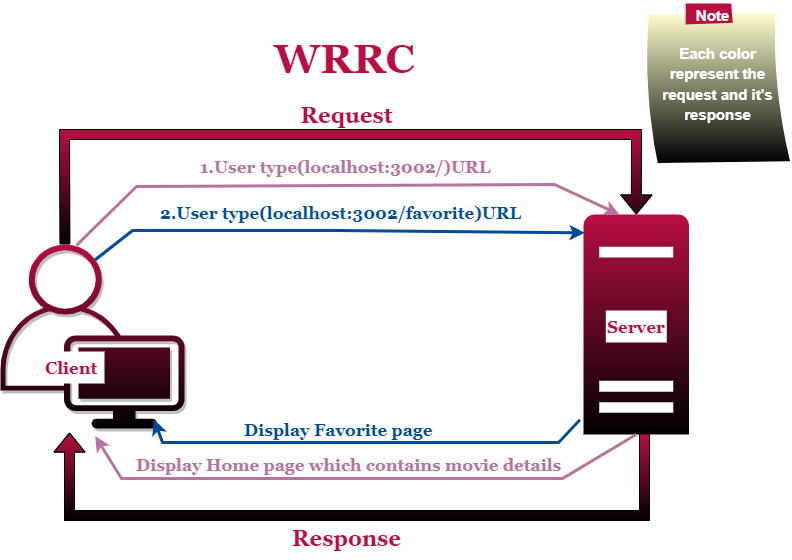
This is wrrc.png from ramawm20/Movies-Library, a draw.io export, as it was before one commit. Source tidied: cells renumbered, new cells last; positions are measured from the earlier drawing's top-left corner, leaving out a move shared by most shapes.
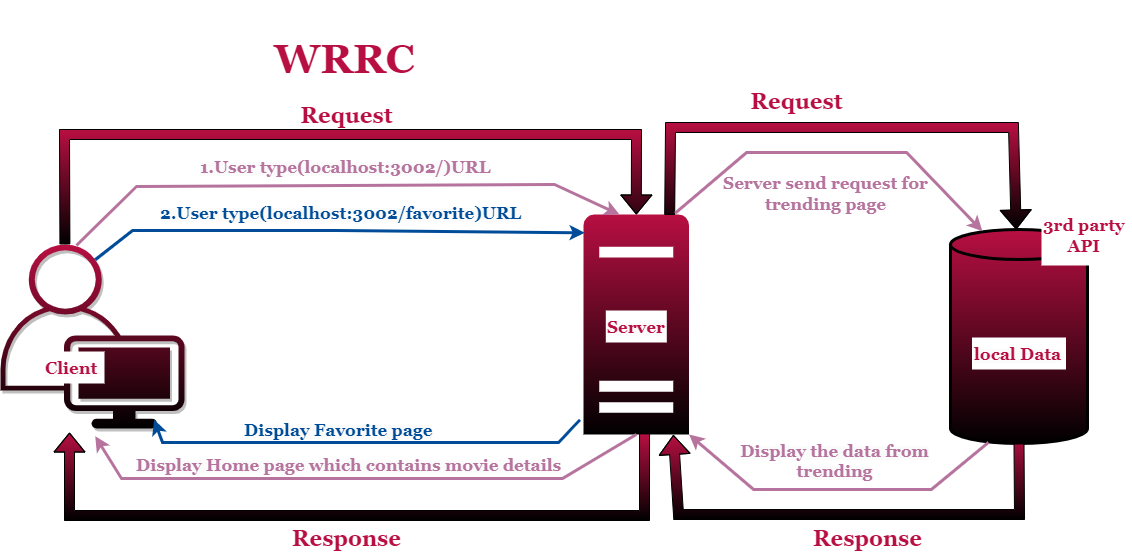
After the commit.

Change to the diagram source:
```diff
@@ -86,11 +86,61 @@
     <mxCell id="19" value="&lt;b style=&quot;border-color: var(--border-color); font-family: Helvetica; font-style: normal; font-variant-ligatures: normal; font-variant-caps: normal; letter-spacing: normal; orphans: 2; text-align: center; text-indent: 0px; text-transform: none; widows: 2; word-spacing: 0px; -webkit-text-stroke-width: 0px; background-color: rgb(251, 251, 251); text-decoration-thickness: initial; text-decoration-style: initial; text-decoration-color: initial;&quot;&gt;&lt;font color=&quot;#004c99&quot; style=&quot;border-color: var(--border-color); font-size: 17px;&quot; face=&quot;Georgia&quot;&gt;Display Favorite page&lt;/font&gt;&lt;/b&gt;" style="text;whiteSpace=wrap;html=1;fillColor=none;" parent="1" vertex="1">
       <mxGeometry x="242" y="413" width="372" height="48" as="geometry" />
     </mxCell>
-    <mxCell id="20" value="&lt;div style=&quot;&quot;&gt;&lt;b style=&quot;background-color: initial;&quot;&gt;&lt;font style=&quot;font-size: 15px;&quot; color=&quot;#ffffff&quot;&gt;Each color represent the request and it's response&lt;/font&gt;&lt;/b&gt;&lt;br&gt;&lt;/div&gt;" style="strokeWidth=1;shadow=0;dashed=0;align=center;html=1;shape=mxgraph.mockup.text.stickyNote2;fontColor=#666666;mainText=;fontSize=17;whiteSpace=wrap;fillColor=#ffffcc;strokeColor=#B80F42;gradientColor=#000000;" parent="1" vertex="1">
-      <mxGeometry x="644" y="3" width="147" height="161" as="geometry" />
-    </mxCell>
     <mxCell id="21" value="&lt;font color=&quot;#ffffff&quot; style=&quot;font-size: 15px;&quot;&gt;&lt;b&gt;Note&lt;/b&gt;&lt;/font&gt;" style="text;html=1;align=center;verticalAlign=middle;strokeColor=none;fillColor=none;" parent="1" vertex="1">
       <mxGeometry x="686" width="51" height="30" as="geometry" />
     </mxCell>
+    <mxCell id="22" style="shape=cylinder3;whiteSpace=wrap;html=1;boundedLbl=1;backgroundOutline=1;size=15;strokeColor=#000000;fillColor=#B80F42;gradientColor=default;strokeWidth=3;" parent="1" vertex="1">
+      <mxGeometry x="950" y="229" width="137" height="214" as="geometry" />
+    </mxCell>
+    <mxCell id="23" style="shape=flexArrow;endArrow=classic;html=1;rounded=0;exitX=0.816;exitY=0.002;exitDx=0;exitDy=0;exitPerimeter=0;fillColor=#B80F42;gradientColor=default;" parent="1" edge="1" source="10" target="22">
+      <mxGeometry relative="1" as="geometry">
+        <Array as="points">
+          <mxPoint x="670" y="127" />
+          <mxPoint x="1013" y="127" />
+        </Array>
+      </mxGeometry>
+    </mxCell>
+    <mxCell id="24" value="&lt;b style=&quot;border-color: var(--border-color); font-family: Helvetica; font-style: normal; font-variant-ligatures: normal; font-variant-caps: normal; letter-spacing: normal; orphans: 2; text-align: center; text-indent: 0px; text-transform: none; widows: 2; word-spacing: 0px; -webkit-text-stroke-width: 0px; background-color: rgb(251, 251, 251); text-decoration-thickness: initial; text-decoration-style: initial; text-decoration-color: initial;&quot;&gt;&lt;font color=&quot;#b80f42&quot; style=&quot;border-color: var(--border-color); font-size: 17px;&quot; face=&quot;Georgia&quot;&gt;local Data&lt;/font&gt;&lt;/b&gt;" style="text;whiteSpace=wrap;html=1;fillColor=default;" parent="1" vertex="1">
+      <mxGeometry x="971.5" y="337" width="94" height="32" as="geometry" />
+    </mxCell>
+    <mxCell id="25" value="&lt;b style=&quot;border-color: var(--border-color);&quot;&gt;&lt;font color=&quot;#b80f42&quot; style=&quot;border-color: var(--border-color); font-size: 22px;&quot; face=&quot;Georgia&quot;&gt;Request&lt;/font&gt;&lt;/b&gt;" style="text;html=1;align=center;verticalAlign=middle;strokeColor=none;fillColor=none;" parent="1" vertex="1">
+      <mxGeometry x="741" y="83" width="110" height="38" as="geometry" />
+    </mxCell>
+    <mxCell id="26" value="&lt;b&gt;&lt;font color=&quot;#b80f42&quot; face=&quot;Georgia&quot; style=&quot;font-size: 22px;&quot;&gt;Response&lt;/font&gt;&lt;/b&gt;" style="text;html=1;align=center;verticalAlign=middle;strokeColor=none;fillColor=none;" parent="1" vertex="1">
+      <mxGeometry x="803" y="520" width="127" height="38" as="geometry" />
+    </mxCell>
+    <mxCell id="27" style="shape=flexArrow;endArrow=classic;html=1;rounded=0;exitX=0.5;exitY=1;exitDx=0;exitDy=0;exitPerimeter=0;entryX=0.851;entryY=1.002;entryDx=0;entryDy=0;entryPerimeter=0;fillColor=#B80F42;gradientColor=default;" parent="1" edge="1" source="22" target="10">
+      <mxGeometry relative="1" as="geometry">
+        <Array as="points">
+          <mxPoint x="1019" y="514" />
+          <mxPoint x="678" y="514" />
+        </Array>
+      </mxGeometry>
+    </mxCell>
+    <mxCell id="28" value="&lt;div style=&quot;text-align: center;&quot;&gt;&lt;span style=&quot;background-color: initial; font-size: 17px;&quot;&gt;&lt;font face=&quot;Georgia&quot; color=&quot;#b80f42&quot;&gt;&lt;b&gt;3rd party&lt;/b&gt;&lt;/font&gt;&lt;/span&gt;&lt;/div&gt;&lt;div style=&quot;text-align: center;&quot;&gt;&lt;span style=&quot;background-color: initial; font-size: 17px;&quot;&gt;&lt;font face=&quot;Georgia&quot; color=&quot;#b80f42&quot;&gt;&lt;b&gt;API&lt;/b&gt;&lt;/font&gt;&lt;/span&gt;&lt;/div&gt;" style="text;whiteSpace=wrap;html=1;fillColor=default;" parent="1" vertex="1">
+      <mxGeometry x="1041" y="208" width="89.7" height="57" as="geometry" />
+    </mxCell>
+    <mxCell id="29" style="endArrow=classic;html=1;rounded=0;entryX=0.233;entryY=0.008;entryDx=0;entryDy=0;entryPerimeter=0;strokeWidth=3;strokeColor=#B5739D;exitX=0.868;exitY=-0.006;exitDx=0;exitDy=0;exitPerimeter=0;" parent="1" edge="1" source="10" target="22">
+      <mxGeometry relative="1" as="geometry">
+        <Array as="points">
+          <mxPoint x="746" y="152" />
+          <mxPoint x="906" y="152" />
+        </Array>
+      </mxGeometry>
+    </mxCell>
+    <mxCell id="30" style="endArrow=classic;html=1;rounded=0;exitX=0.277;exitY=0.995;exitDx=0;exitDy=0;exitPerimeter=0;entryX=1;entryY=1;entryDx=0;entryDy=0;entryPerimeter=0;strokeWidth=3;strokeColor=#B5739D;" parent="1" edge="1" source="22" target="10">
+      <mxGeometry relative="1" as="geometry">
+        <Array as="points">
+          <mxPoint x="931" y="489" />
+          <mxPoint x="753" y="489" />
+        </Array>
+      </mxGeometry>
+    </mxCell>
+    <mxCell id="31" value="&lt;div style=&quot;text-align: center;&quot;&gt;&lt;span style=&quot;background-color: initial; font-size: 17px;&quot;&gt;&lt;font face=&quot;Georgia&quot; color=&quot;#b5739d&quot;&gt;&lt;b&gt;Server send request for trending page&lt;/b&gt;&lt;/font&gt;&lt;/span&gt;&lt;/div&gt;" style="text;whiteSpace=wrap;html=1;fillColor=none;" parent="1" vertex="1">
+      <mxGeometry x="704" y="166" width="241" height="48" as="geometry" />
+    </mxCell>
+    <mxCell id="32" value="&lt;b style=&quot;border-color: var(--border-color); font-family: Helvetica; font-style: normal; font-variant-ligatures: normal; font-variant-caps: normal; letter-spacing: normal; orphans: 2; text-indent: 0px; text-transform: none; widows: 2; word-spacing: 0px; -webkit-text-stroke-width: 0px; background-color: rgb(251, 251, 251); text-decoration-thickness: initial; text-decoration-style: initial; text-decoration-color: initial;&quot;&gt;&lt;font color=&quot;#b5739d&quot; style=&quot;border-color: var(--border-color); font-size: 17px;&quot; face=&quot;Georgia&quot;&gt;Display the data from trending&lt;/font&gt;&lt;/b&gt;" style="text;whiteSpace=wrap;html=1;fillColor=none;align=center;" parent="1" vertex="1">
+      <mxGeometry x="716" y="434" width="237" height="48" as="geometry" />
+    </mxCell>
   </root>
 </mxGraphModel>
```
